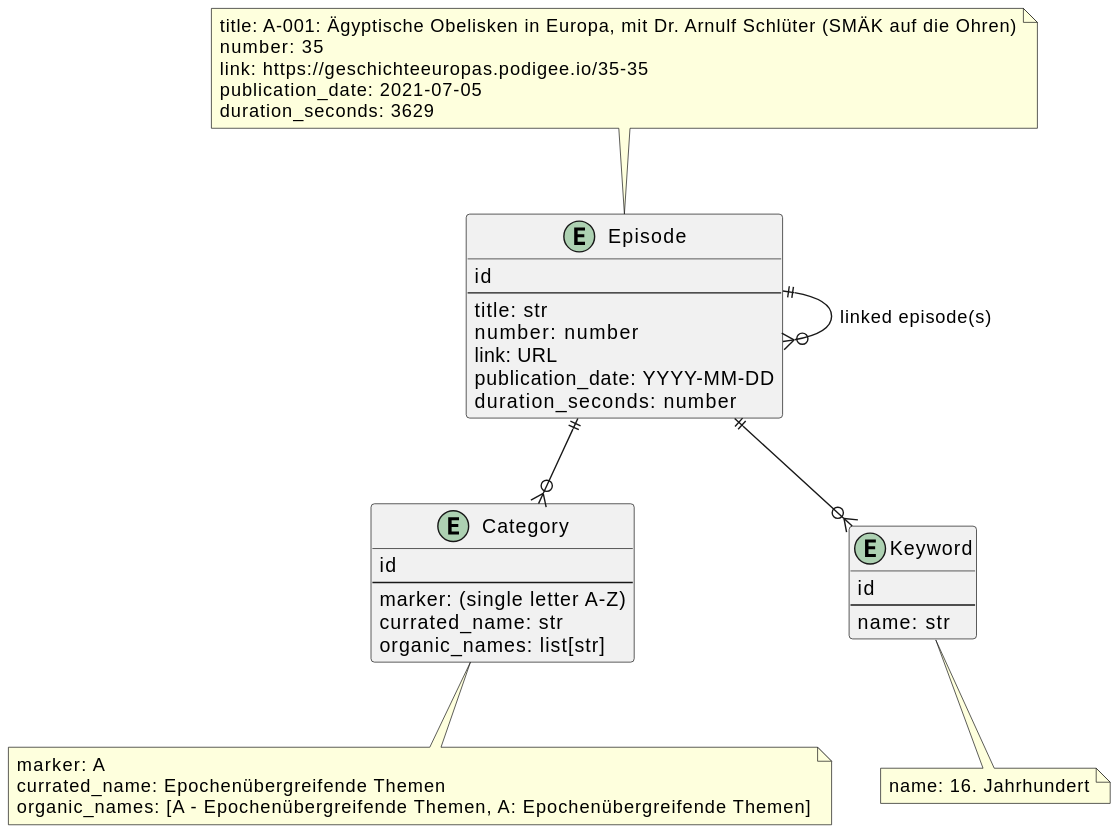
Earlier version of the PlantUML export doc/db-erd.svg (michaelrath-work/geschichte-eur0pas-podcast).
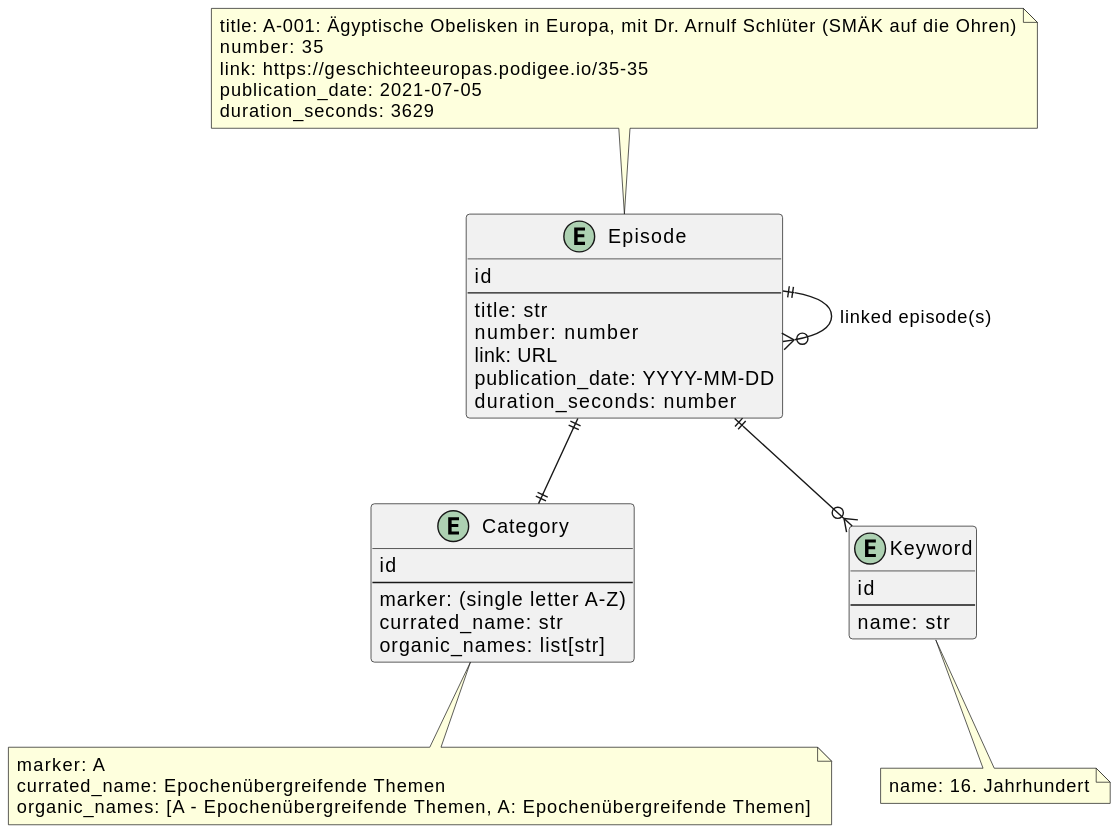
The same diagram one commit later.

What changed in the source:
```diff
@@ -42,7 +42,7 @@
 }
 
 
-episodeEntity ||--o{ categoryEntity
+episodeEntity ||--|| categoryEntity
 episodeEntity ||--o{ keywordEntity
 episodeEntity ||--o{ episodeEntity: linked episode(s)
 @enduml
```
